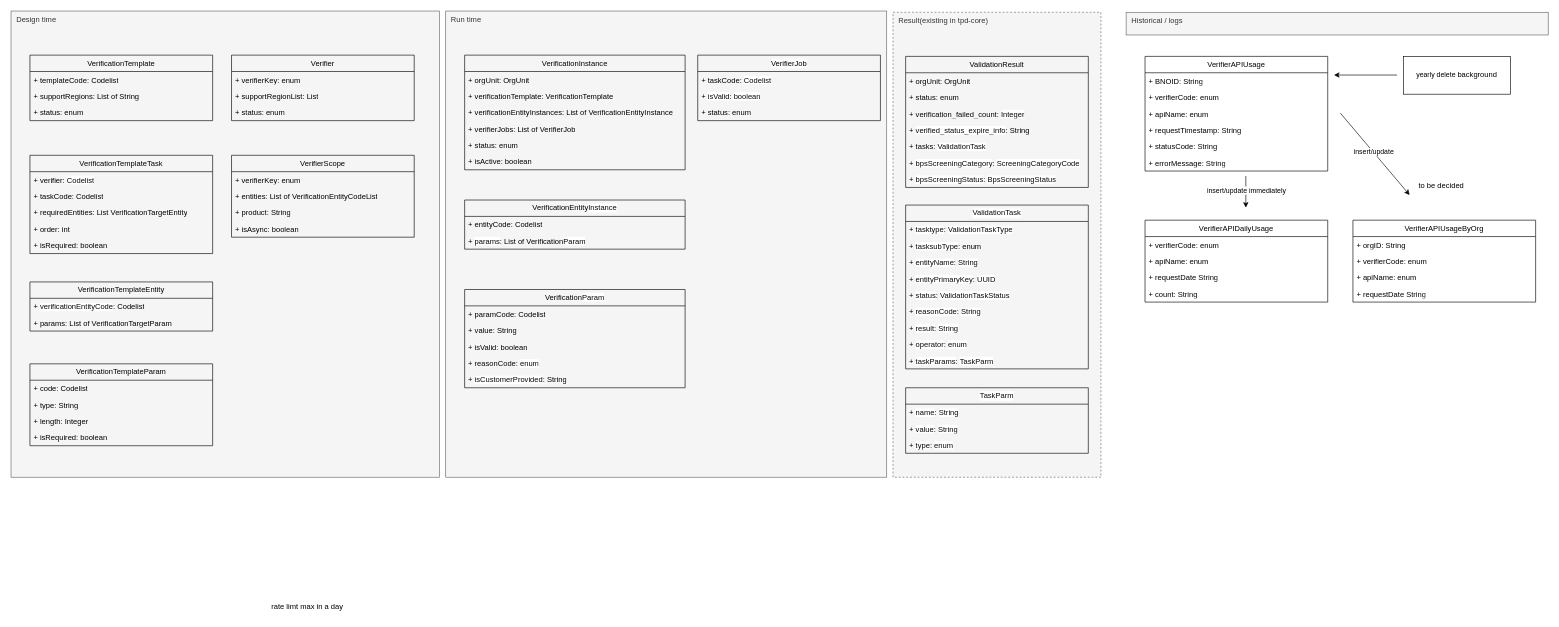
The draw.io diagram page "Modeling" (3 of 9) of verification_framework.drawio in huangshijie/Drawio, before the edit. Source tidied: cells renumbered, new cells numbered last; positions are measured from the earlier drawing's top-left corner, leaving out a move shared by most shapes. Both pictures are drawn from the tidied source at 63%, with x=0, y=0 at pixel (11, 11).
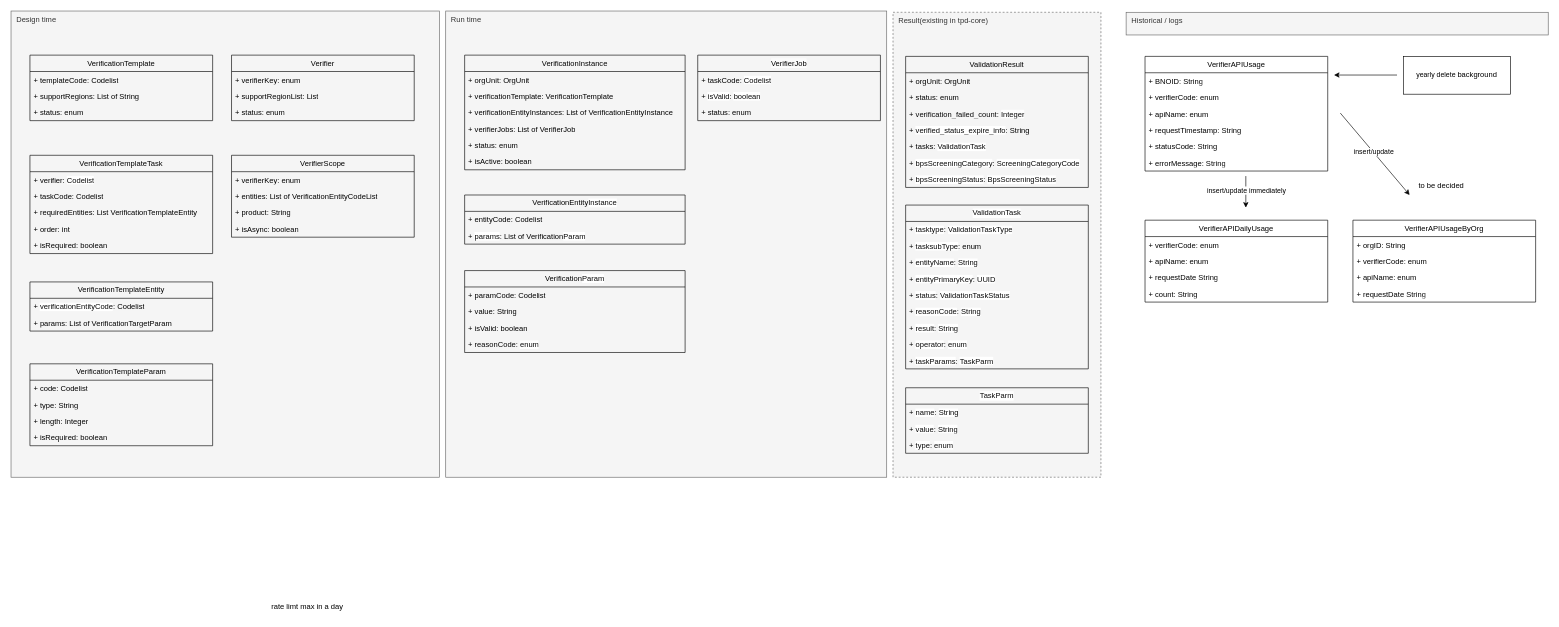
After the change.

The change refers to these unchanged cells:
```xml
<mxCell id="29" value="VerificationTemplateTask" style="swimlane;fontStyle=0;horizontal=1;startSize=26;fillColor=none;whiteSpace=wrap;html=1;fontFamily=Helvetica;fontSize=12;" parent="1" vertex="1">
  <mxGeometry x="30" y="229" width="290" height="156" as="geometry" />
</mxCell>
```

Change to the diagram source:
```diff
@@
-    <mxCell id="32" value="+ requiredEntities: List&amp;nbsp;&lt;span style=&quot;text-align: center;&quot;&gt;VerificationTargetEntity&lt;/span&gt;" style="text;strokeColor=none;fillColor=none;align=left;verticalAlign=top;spacingLeft=4;spacingRight=4;overflow=hidden;whiteSpace=wrap;html=1;" parent="29" vertex="1">
+    <mxCell id="32" value="+ requiredEntities: List&amp;nbsp;&lt;span style=&quot;text-align: center;&quot;&gt;VerificationTemplateEntity&lt;/span&gt;" style="text;strokeColor=none;fillColor=none;align=left;verticalAlign=top;spacingLeft=4;spacingRight=4;overflow=hidden;whiteSpace=wrap;html=1;" parent="29" vertex="1">
       <mxGeometry y="78" width="290" height="26" as="geometry" />
     </mxCell>
@@
     <mxCell id="51" value="&lt;span style=&quot;text-align: left; background-color: initial;&quot;&gt;Verification&lt;/span&gt;&lt;span style=&quot;text-align: left; background-color: rgb(255, 255, 255); color: rgb(8, 8, 8);&quot;&gt;Param&lt;/span&gt;" style="swimlane;fontStyle=0;horizontal=1;startSize=26;fillColor=none;whiteSpace=wrap;html=1;fontFamily=Helvetica;fontSize=12;" parent="1" vertex="1">
-      <mxGeometry x="720" y="442" width="350" height="156" as="geometry" />
+      <mxGeometry x="720" y="412" width="350" height="130" as="geometry" />
     </mxCell>
@@
-    <mxCell id="56" value="+&amp;nbsp;&lt;span style=&quot;font-size: 12px; background-color: rgb(255, 255, 255); color: rgb(8, 8, 8);&quot;&gt;isCustomerProvided&lt;/span&gt;&lt;span style=&quot;background-color: initial; font-size: 12px;&quot;&gt;: String&lt;/span&gt;" style="text;strokeColor=none;fillColor=none;align=left;verticalAlign=top;spacingLeft=4;spacingRight=4;overflow=hidden;whiteSpace=wrap;html=1;fontFamily=Helvetica;fontSize=12;" parent="51" vertex="1">
-      <mxGeometry y="130" width="350" height="26" as="geometry" />
-    </mxCell>
@@
     <mxCell id="99" value="&lt;span style=&quot;text-align: left; background-color: initial;&quot;&gt;VerificationEntity&lt;/span&gt;&lt;span style=&quot;text-align: left; background-color: rgb(255, 255, 255);&quot;&gt;&lt;font color=&quot;#080808&quot;&gt;Instance&lt;/font&gt;&lt;/span&gt;" style="swimlane;fontStyle=0;horizontal=1;startSize=26;fillColor=none;whiteSpace=wrap;html=1;fontFamily=Helvetica;fontSize=12;" parent="1" vertex="1">
-      <mxGeometry x="720" y="300" width="350" height="78" as="geometry" />
+      <mxGeometry x="720" y="292" width="350" height="78" as="geometry" />
     </mxCell>
```
